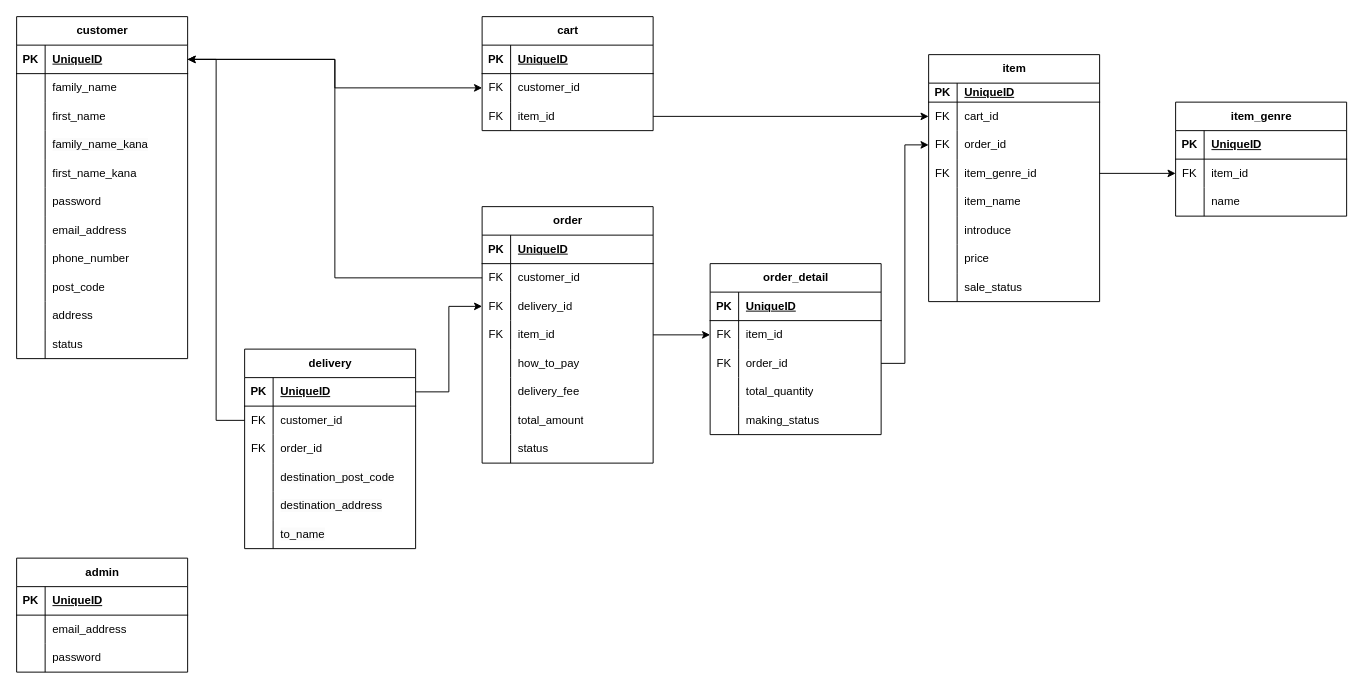
Before: 名称未設定ファイル.drawio in yuna096740/sample_app, a draw.io diagram. Source tidied: cells renumbered, new cells numbered last; positions are measured from the earlier drawing's top-left corner, leaving out a move shared by most shapes. Both pictures are drawn from the tidied source at 95%, with x=0, y=0 at pixel (16, 16).
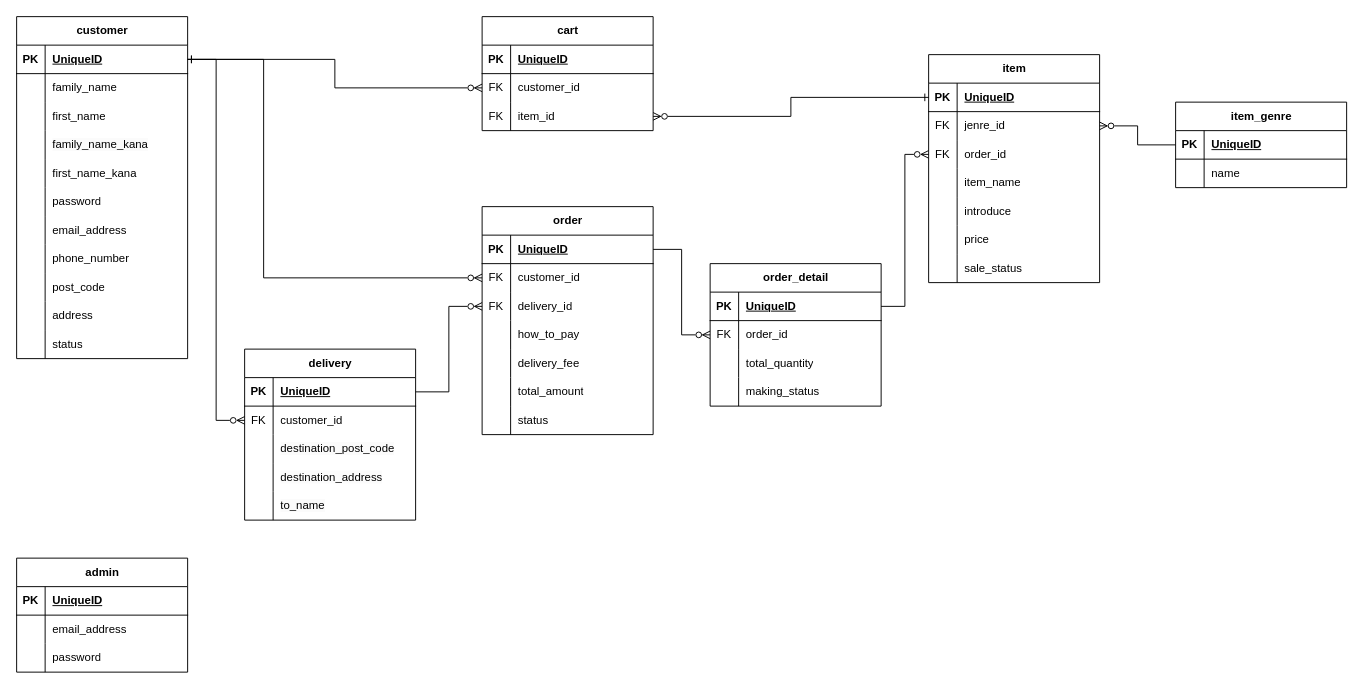
The same diagram, later.

Commit message (it also covers changes not shown here):
名称未設定ファイル.drawio を更新します

The change refers to these unchanged cells:
```xml
<mxCell id="3" style="shape=tableRow;horizontal=0;startSize=0;swimlaneHead=0;swimlaneBody=0;fillColor=none;points=[[0,0.5],[1,0.5]];portConstraint=eastwest;top=0;left=0;right=0;bottom=1;" parent="2" vertex="1">
  <mxGeometry y="30" width="180" height="30" as="geometry" />
</mxCell>
<mxCell id="37" style="shape=tableRow;horizontal=0;startSize=0;swimlaneHead=0;swimlaneBody=0;fillColor=none;points=[[0,0.5],[1,0.5]];portConstraint=eastwest;top=0;left=0;right=0;bottom=1;" parent="36" vertex="1">
  <mxGeometry y="30" width="180" height="30" as="geometry" />
</mxCell>
<mxCell id="40" style="shape=tableRow;horizontal=0;startSize=0;swimlaneHead=0;swimlaneBody=0;fillColor=none;points=[[0,0.5],[1,0.5]];portConstraint=eastwest;top=0;left=0;right=0;bottom=0;" parent="36" vertex="1">
  <mxGeometry y="60" width="180" height="30" as="geometry" />
</mxCell>
<mxCell id="59" style="shape=tableRow;horizontal=0;startSize=0;swimlaneHead=0;swimlaneBody=0;fillColor=none;points=[[0,0.5],[1,0.5]];portConstraint=eastwest;top=0;left=0;right=0;bottom=0;" parent="55" vertex="1">
  <mxGeometry y="60" width="180" height="30" as="geometry" />
</mxCell>
<mxCell id="62" style="shape=tableRow;horizontal=0;startSize=0;swimlaneHead=0;swimlaneBody=0;fillColor=none;points=[[0,0.5],[1,0.5]];portConstraint=eastwest;top=0;left=0;right=0;bottom=0;" parent="55" vertex="1">
  <mxGeometry y="90" width="180" height="30" as="geometry" />
</mxCell>
<mxCell id="91" style="shape=tableRow;horizontal=0;startSize=0;swimlaneHead=0;swimlaneBody=0;fillColor=none;points=[[0,0.5],[1,0.5]];portConstraint=eastwest;top=0;left=0;right=0;bottom=1;" parent="90" vertex="1">
  <mxGeometry y="30" width="180" height="30" as="geometry" />
</mxCell>
<mxCell id="94" style="shape=tableRow;horizontal=0;startSize=0;swimlaneHead=0;swimlaneBody=0;fillColor=none;points=[[0,0.5],[1,0.5]];portConstraint=eastwest;top=0;left=0;right=0;bottom=0;" parent="90" vertex="1">
  <mxGeometry y="60" width="180" height="30" as="geometry" />
</mxCell>
<mxCell id="97" style="shape=tableRow;horizontal=0;startSize=0;swimlaneHead=0;swimlaneBody=0;fillColor=none;points=[[0,0.5],[1,0.5]];portConstraint=eastwest;top=0;left=0;right=0;bottom=0;" parent="90" vertex="1">
  <mxGeometry y="90" width="180" height="30" as="geometry" />
</mxCell>
<mxCell id="116" style="shape=tableRow;horizontal=0;startSize=0;swimlaneHead=0;swimlaneBody=0;fillColor=none;points=[[0,0.5],[1,0.5]];portConstraint=eastwest;top=0;left=0;right=0;bottom=1;" parent="115" vertex="1">
  <mxGeometry y="30" width="180" height="30" as="geometry" />
</mxCell>
<mxCell id="139" style="shape=tableRow;horizontal=0;startSize=0;swimlaneHead=0;swimlaneBody=0;fillColor=none;points=[[0,0.5],[1,0.5]];portConstraint=eastwest;top=0;left=0;right=0;bottom=1;" parent="138" vertex="1">
  <mxGeometry y="30" width="180" height="30" as="geometry" />
</mxCell>
```

What changed in the source:
```diff
@@
     <mxCell id="36" value="delivery" style="shape=table;startSize=30;childLayout=tableLayout;rowLines=0;fontStyle=1;align=center;html=1;" parent="1" vertex="1">
-      <mxGeometry x="240" y="350" width="180" height="210" as="geometry" />
+      <mxGeometry x="240" y="350" width="180" height="180" as="geometry" />
     </mxCell>
@@
-    <mxCell id="43" style="shape=tableRow;horizontal=0;startSize=0;swimlaneHead=0;swimlaneBody=0;fillColor=none;top=0;left=0;right=0;bottom=0;" parent="36" vertex="1">
-      <mxGeometry y="90" width="180" height="30" as="geometry" />
-    </mxCell>
-    <mxCell id="44" value="FK" style="shape=partialRectangle;fillColor=none;top=0;left=0;bottom=0;right=0;overflow=hidden;whiteSpace=wrap;html=1;" parent="43" vertex="1">
-      <mxGeometry width="30" height="30" as="geometry" />
-    </mxCell>
-    <mxCell id="45" value="order_id" style="shape=partialRectangle;fillColor=none;top=0;left=0;bottom=0;right=0;align=left;spacingLeft=6;overflow=hidden;whiteSpace=wrap;html=1;" parent="43" vertex="1">
-      <mxGeometry x="30" width="150" height="30" as="geometry" />
-    </mxCell>
     <mxCell id="46" style="shape=tableRow;horizontal=0;startSize=0;swimlaneHead=0;swimlaneBody=0;fillColor=none;top=0;left=0;right=0;bottom=0;" parent="36" vertex="1">
-      <mxGeometry y="120" width="180" height="30" as="geometry" />
+      <mxGeometry y="90" width="180" height="30" as="geometry" />
     </mxCell>
@@
     <mxCell id="49" style="shape=tableRow;horizontal=0;startSize=0;swimlaneHead=0;swimlaneBody=0;fillColor=none;top=0;left=0;right=0;bottom=0;" parent="36" vertex="1">
-      <mxGeometry y="150" width="180" height="30" as="geometry" />
+      <mxGeometry y="120" width="180" height="30" as="geometry" />
     </mxCell>
@@
     <mxCell id="52" style="shape=tableRow;horizontal=0;startSize=0;swimlaneHead=0;swimlaneBody=0;fillColor=none;top=0;left=0;right=0;bottom=0;" parent="36" vertex="1">
-      <mxGeometry y="180" width="180" height="30" as="geometry" />
+      <mxGeometry y="150" width="180" height="30" as="geometry" />
     </mxCell>
@@
     <mxCell id="65" value="item" style="shape=table;startSize=30;childLayout=tableLayout;rowLines=0;fontStyle=1;align=center;html=1;" parent="1" vertex="1">
-      <mxGeometry x="960" y="40" width="180" height="260" as="geometry" />
+      <mxGeometry x="960" y="40" width="180" height="240" as="geometry" />
     </mxCell>
     <mxCell id="66" style="shape=tableRow;horizontal=0;startSize=0;swimlaneHead=0;swimlaneBody=0;fillColor=none;points=[[0,0.5],[1,0.5]];portConstraint=eastwest;top=0;left=0;right=0;bottom=1;" parent="65" vertex="1">
-      <mxGeometry y="30" width="180" height="20" as="geometry" />
+      <mxGeometry y="30" width="180" height="30" as="geometry" />
     </mxCell>
     <mxCell id="67" value="PK" style="shape=partialRectangle;fillColor=none;top=0;left=0;bottom=0;right=0;fontStyle=1;overflow=hidden;whiteSpace=wrap;html=1;" parent="66" vertex="1">
-      <mxGeometry width="30" height="20" as="geometry" />
+      <mxGeometry width="30" height="30" as="geometry" />
     </mxCell>
     <mxCell id="68" value="UniqueID" style="shape=partialRectangle;fillColor=none;top=0;left=0;bottom=0;right=0;align=left;spacingLeft=6;fontStyle=5;overflow=hidden;whiteSpace=wrap;html=1;" parent="66" vertex="1">
-      <mxGeometry x="30" width="150" height="20" as="geometry" />
+      <mxGeometry x="30" width="150" height="30" as="geometry" />
     </mxCell>
     <mxCell id="69" style="shape=tableRow;horizontal=0;startSize=0;swimlaneHead=0;swimlaneBody=0;fillColor=none;points=[[0,0.5],[1,0.5]];portConstraint=eastwest;top=0;left=0;right=0;bottom=0;" parent="65" vertex="1">
-      <mxGeometry y="50" width="180" height="30" as="geometry" />
+      <mxGeometry y="60" width="180" height="30" as="geometry" />
     </mxCell>
@@
-    <mxCell id="71" value="cart_id" style="shape=partialRectangle;fillColor=none;top=0;left=0;bottom=0;right=0;align=left;spacingLeft=6;overflow=hidden;whiteSpace=wrap;html=1;" parent="69" vertex="1">
+    <mxCell id="71" value="jenre_id" style="shape=partialRectangle;fillColor=none;top=0;left=0;bottom=0;right=0;align=left;spacingLeft=6;overflow=hidden;whiteSpace=wrap;html=1;" parent="69" vertex="1">
       <mxGeometry x="30" width="150" height="30" as="geometry" />
     </mxCell>
     <mxCell id="72" style="shape=tableRow;horizontal=0;startSize=0;swimlaneHead=0;swimlaneBody=0;fillColor=none;points=[[0,0.5],[1,0.5]];portConstraint=eastwest;top=0;left=0;right=0;bottom=0;" parent="65" vertex="1">
-      <mxGeometry y="80" width="180" height="30" as="geometry" />
+      <mxGeometry y="90" width="180" height="30" as="geometry" />
     </mxCell>
@@
-    <mxCell id="75" style="shape=tableRow;horizontal=0;startSize=0;swimlaneHead=0;swimlaneBody=0;fillColor=none;points=[[0,0.5],[1,0.5]];portConstraint=eastwest;top=0;left=0;right=0;bottom=0;" parent="65" vertex="1">
-      <mxGeometry y="110" width="180" height="30" as="geometry" />
-    </mxCell>
-    <mxCell id="76" value="FK" style="shape=partialRectangle;fillColor=none;top=0;left=0;bottom=0;right=0;overflow=hidden;whiteSpace=wrap;html=1;" parent="75" vertex="1">
-      <mxGeometry width="30" height="30" as="geometry" />
-    </mxCell>
-    <mxCell id="77" value="item_genre_id" style="shape=partialRectangle;fillColor=none;top=0;left=0;bottom=0;right=0;align=left;spacingLeft=6;overflow=hidden;whiteSpace=wrap;html=1;" parent="75" vertex="1">
-      <mxGeometry x="30" width="150" height="30" as="geometry" />
-    </mxCell>
     <mxCell id="78" style="shape=tableRow;horizontal=0;startSize=0;swimlaneHead=0;swimlaneBody=0;fillColor=none;top=0;left=0;right=0;bottom=0;" parent="65" vertex="1">
-      <mxGeometry y="140" width="180" height="30" as="geometry" />
+      <mxGeometry y="120" width="180" height="30" as="geometry" />
     </mxCell>
@@
     <mxCell id="81" style="shape=tableRow;horizontal=0;startSize=0;swimlaneHead=0;swimlaneBody=0;fillColor=none;top=0;left=0;right=0;bottom=0;" parent="65" vertex="1">
-      <mxGeometry y="170" width="180" height="30" as="geometry" />
+      <mxGeometry y="150" width="180" height="30" as="geometry" />
     </mxCell>
@@
     <mxCell id="84" style="shape=tableRow;horizontal=0;startSize=0;swimlaneHead=0;swimlaneBody=0;fillColor=none;top=0;left=0;right=0;bottom=0;" parent="65" vertex="1">
-      <mxGeometry y="200" width="180" height="30" as="geometry" />
+      <mxGeometry y="180" width="180" height="30" as="geometry" />
     </mxCell>
@@
     <mxCell id="87" style="shape=tableRow;horizontal=0;startSize=0;swimlaneHead=0;swimlaneBody=0;fillColor=none;top=0;left=0;right=0;bottom=0;" parent="65" vertex="1">
-      <mxGeometry y="230" width="180" height="30" as="geometry" />
+      <mxGeometry y="210" width="180" height="30" as="geometry" />
     </mxCell>
@@
     <mxCell id="90" value="order" style="shape=table;startSize=30;childLayout=tableLayout;rowLines=0;fontStyle=1;align=center;html=1;" parent="1" vertex="1">
-      <mxGeometry x="490" y="200" width="180" height="270" as="geometry" />
+      <mxGeometry x="490" y="200" width="180" height="240" as="geometry" />
     </mxCell>
@@
-    <mxCell id="100" style="shape=tableRow;horizontal=0;startSize=0;swimlaneHead=0;swimlaneBody=0;fillColor=none;points=[[0,0.5],[1,0.5]];portConstraint=eastwest;top=0;left=0;right=0;bottom=0;" parent="90" vertex="1">
-      <mxGeometry y="120" width="180" height="30" as="geometry" />
-    </mxCell>
-    <mxCell id="101" value="FK" style="shape=partialRectangle;fillColor=none;top=0;left=0;bottom=0;right=0;overflow=hidden;whiteSpace=wrap;html=1;" parent="100" vertex="1">
-      <mxGeometry width="30" height="30" as="geometry" />
-    </mxCell>
-    <mxCell id="102" value="item_id" style="shape=partialRectangle;fillColor=none;top=0;left=0;bottom=0;right=0;align=left;spacingLeft=6;overflow=hidden;whiteSpace=wrap;html=1;" parent="100" vertex="1">
-      <mxGeometry x="30" width="150" height="30" as="geometry" />
-    </mxCell>
     <mxCell id="103" style="shape=tableRow;horizontal=0;startSize=0;swimlaneHead=0;swimlaneBody=0;fillColor=none;top=0;left=0;right=0;bottom=0;" parent="90" vertex="1">
-      <mxGeometry y="150" width="180" height="30" as="geometry" />
+      <mxGeometry y="120" width="180" height="30" as="geometry" />
     </mxCell>
@@
     <mxCell id="106" style="shape=tableRow;horizontal=0;startSize=0;swimlaneHead=0;swimlaneBody=0;fillColor=none;top=0;left=0;right=0;bottom=0;" parent="90" vertex="1">
-      <mxGeometry y="180" width="180" height="30" as="geometry" />
+      <mxGeometry y="150" width="180" height="30" as="geometry" />
     </mxCell>
@@
     <mxCell id="109" style="shape=tableRow;horizontal=0;startSize=0;swimlaneHead=0;swimlaneBody=0;fillColor=none;top=0;left=0;right=0;bottom=0;" parent="90" vertex="1">
-      <mxGeometry y="210" width="180" height="30" as="geometry" />
+      <mxGeometry y="180" width="180" height="30" as="geometry" />
     </mxCell>
@@
     <mxCell id="112" style="shape=tableRow;horizontal=0;startSize=0;swimlaneHead=0;swimlaneBody=0;fillColor=none;top=0;left=0;right=0;bottom=0;" parent="90" vertex="1">
-      <mxGeometry y="240" width="180" height="30" as="geometry" />
+      <mxGeometry y="210" width="180" height="30" as="geometry" />
     </mxCell>
@@
     <mxCell id="115" value="item_genre" style="shape=table;startSize=30;childLayout=tableLayout;rowLines=0;fontStyle=1;align=center;html=1;" parent="1" vertex="1">
-      <mxGeometry x="1220" y="90" width="180" height="120" as="geometry" />
+      <mxGeometry x="1220" y="90" width="180" height="90" as="geometry" />
     </mxCell>
@@
-    <mxCell id="119" style="shape=tableRow;horizontal=0;startSize=0;swimlaneHead=0;swimlaneBody=0;fillColor=none;points=[[0,0.5],[1,0.5]];portConstraint=eastwest;top=0;left=0;right=0;bottom=0;" parent="115" vertex="1">
-      <mxGeometry y="60" width="180" height="30" as="geometry" />
-    </mxCell>
-    <mxCell id="120" value="FK" style="shape=partialRectangle;fillColor=none;top=0;left=0;bottom=0;right=0;overflow=hidden;whiteSpace=wrap;html=1;" parent="119" vertex="1">
-      <mxGeometry width="30" height="30" as="geometry" />
-    </mxCell>
-    <mxCell id="121" value="item_id" style="shape=partialRectangle;fillColor=none;top=0;left=0;bottom=0;right=0;align=left;spacingLeft=6;overflow=hidden;whiteSpace=wrap;html=1;" parent="119" vertex="1">
-      <mxGeometry x="30" width="150" height="30" as="geometry" />
-    </mxCell>
     <mxCell id="122" style="shape=tableRow;horizontal=0;startSize=0;swimlaneHead=0;swimlaneBody=0;fillColor=none;top=0;left=0;right=0;bottom=0;" parent="115" vertex="1">
-      <mxGeometry y="90" width="180" height="30" as="geometry" />
+      <mxGeometry y="60" width="180" height="30" as="geometry" />
     </mxCell>
@@
     <mxCell id="138" value="order_detail" style="shape=table;startSize=30;childLayout=tableLayout;rowLines=0;fontStyle=1;align=center;html=1;" parent="1" vertex="1">
-      <mxGeometry x="730" y="260" width="180" height="180" as="geometry" />
+      <mxGeometry x="730" y="260" width="180" height="150" as="geometry" />
     </mxCell>
@@
-    <mxCell id="142" style="shape=tableRow;horizontal=0;startSize=0;swimlaneHead=0;swimlaneBody=0;fillColor=none;points=[[0,0.5],[1,0.5]];portConstraint=eastwest;top=0;left=0;right=0;bottom=0;" parent="138" vertex="1">
-      <mxGeometry y="60" width="180" height="30" as="geometry" />
-    </mxCell>
-    <mxCell id="143" value="FK" style="shape=partialRectangle;fillColor=none;top=0;left=0;bottom=0;right=0;overflow=hidden;whiteSpace=wrap;html=1;" parent="142" vertex="1">
-      <mxGeometry width="30" height="30" as="geometry" />
-    </mxCell>
-    <mxCell id="144" value="item_id" style="shape=partialRectangle;fillColor=none;top=0;left=0;bottom=0;right=0;align=left;spacingLeft=6;overflow=hidden;whiteSpace=wrap;html=1;" parent="142" vertex="1">
-      <mxGeometry x="30" width="150" height="30" as="geometry" />
-    </mxCell>
     <mxCell id="145" style="shape=tableRow;horizontal=0;startSize=0;swimlaneHead=0;swimlaneBody=0;fillColor=none;points=[[0,0.5],[1,0.5]];portConstraint=eastwest;top=0;left=0;right=0;bottom=0;" parent="138" vertex="1">
-      <mxGeometry y="90" width="180" height="30" as="geometry" />
+      <mxGeometry y="60" width="180" height="30" as="geometry" />
     </mxCell>
@@
     <mxCell id="148" style="shape=tableRow;horizontal=0;startSize=0;swimlaneHead=0;swimlaneBody=0;fillColor=none;top=0;left=0;right=0;bottom=0;" parent="138" vertex="1">
-      <mxGeometry y="120" width="180" height="30" as="geometry" />
+      <mxGeometry y="90" width="180" height="30" as="geometry" />
     </mxCell>
@@
     <mxCell id="151" style="shape=tableRow;horizontal=0;startSize=0;swimlaneHead=0;swimlaneBody=0;fillColor=none;top=0;left=0;right=0;bottom=0;" parent="138" vertex="1">
-      <mxGeometry y="150" width="180" height="30" as="geometry" />
+      <mxGeometry y="120" width="180" height="30" as="geometry" />
     </mxCell>
@@
-    <mxCell id="154" style="edgeStyle=orthogonalEdgeStyle;rounded=0;jettySize=auto;html=1;exitX=1;exitY=0.5;exitDx=0;exitDy=0;entryX=0;entryY=0.5;entryDx=0;entryDy=0;" parent="1" edge="1" source="100" target="142">
+    <mxCell id="154" style="edgeStyle=orthogonalEdgeStyle;rounded=0;orthogonalLoop=1;jettySize=auto;html=1;exitX=1;exitY=0.5;exitDx=0;exitDy=0;entryX=0;entryY=0.5;entryDx=0;entryDy=0;" parent="1" edge="1">
       <mxGeometry relative="1" as="geometry" />
     </mxCell>
-    <mxCell id="155" style="edgeStyle=orthogonalEdgeStyle;rounded=0;jettySize=auto;html=1;entryX=0;entryY=0.5;entryDx=0;entryDy=0;" parent="1" edge="1" source="145" target="72">
-      <mxGeometry relative="1" as="geometry" />
-    </mxCell>
-    <mxCell id="156" style="edgeStyle=orthogonalEdgeStyle;rounded=0;jettySize=auto;html=1;exitX=1;exitY=0.5;exitDx=0;exitDy=0;entryX=0;entryY=0.5;entryDx=0;entryDy=0;" parent="1" edge="1" source="62" target="69">
-      <mxGeometry relative="1" as="geometry" />
-    </mxCell>
-    <mxCell id="157" style="edgeStyle=orthogonalEdgeStyle;rounded=0;jettySize=auto;html=1;exitX=1;exitY=0.5;exitDx=0;exitDy=0;entryX=0;entryY=0.5;entryDx=0;entryDy=0;" parent="1" edge="1" source="75" target="119">
-      <mxGeometry relative="1" as="geometry" />
-    </mxCell>
-    <mxCell id="158" style="edgeStyle=orthogonalEdgeStyle;rounded=0;jettySize=auto;html=1;exitX=1;exitY=0.5;exitDx=0;exitDy=0;entryX=0;entryY=0.5;entryDx=0;entryDy=0;" parent="1" edge="1" source="3" target="59">
+    <mxCell id="158" style="edgeStyle=orthogonalEdgeStyle;rounded=0;jettySize=auto;html=1;exitX=1;exitY=0.5;exitDx=0;exitDy=0;entryX=0;entryY=0.5;entryDx=0;entryDy=0;endArrow=ERzeroToMany;endFill=0;" parent="1" edge="1" source="3" target="59">
       <mxGeometry relative="1" as="geometry" />
     </mxCell>
-    <mxCell id="159" style="edgeStyle=orthogonalEdgeStyle;rounded=0;jettySize=auto;html=1;exitX=0;exitY=0.5;exitDx=0;exitDy=0;entryX=1;entryY=0.5;entryDx=0;entryDy=0;" parent="1" edge="1" source="40" target="3">
+    <mxCell id="159" style="edgeStyle=orthogonalEdgeStyle;rounded=0;jettySize=auto;html=1;exitX=0;exitY=0.5;exitDx=0;exitDy=0;entryX=1;entryY=0.5;entryDx=0;entryDy=0;endArrow=ERone;endFill=0;startArrow=ERzeroToMany;startFill=0;" parent="1" edge="1" source="40" target="3">
       <mxGeometry relative="1" as="geometry" />
     </mxCell>
-    <mxCell id="160" style="edgeStyle=orthogonalEdgeStyle;rounded=0;jettySize=auto;html=1;entryX=1;entryY=0.5;entryDx=0;entryDy=0;" parent="1" edge="1" source="94" target="3">
-      <mxGeometry relative="1" as="geometry" />
+    <mxCell id="160" style="edgeStyle=orthogonalEdgeStyle;rounded=0;jettySize=auto;html=1;entryX=1;entryY=0.5;entryDx=0;entryDy=0;endArrow=ERone;endFill=0;startArrow=ERzeroToMany;startFill=0;" parent="1" edge="1" source="94" target="3">
+      <mxGeometry relative="1" as="geometry">
+        <Array as="points">
+          <mxPoint x="260" y="275" />
+          <mxPoint x="260" y="45" />
+        </Array>
+      </mxGeometry>
     </mxCell>
-    <mxCell id="161" style="edgeStyle=orthogonalEdgeStyle;rounded=0;jettySize=auto;html=1;" parent="1" edge="1" source="37" target="97">
+    <mxCell id="161" style="edgeStyle=orthogonalEdgeStyle;rounded=0;jettySize=auto;html=1;endArrow=ERzeroToMany;endFill=0;" parent="1" edge="1" source="37" target="97">
       <mxGeometry relative="1" as="geometry" />
     </mxCell>
+    <mxCell id="162" style="edgeStyle=orthogonalEdgeStyle;rounded=0;jettySize=auto;html=1;entryX=0;entryY=0.5;entryDx=0;entryDy=0;endArrow=ERzeroToMany;endFill=0;" parent="1" edge="1" source="91" target="145">
+      <mxGeometry relative="1" as="geometry" />
+    </mxCell>
+    <mxCell id="163" style="edgeStyle=orthogonalEdgeStyle;rounded=0;jettySize=auto;html=1;endArrow=ERzeroToMany;endFill=0;" parent="1" edge="1" source="139" target="72">
+      <mxGeometry relative="1" as="geometry" />
+    </mxCell>
+    <mxCell id="164" style="edgeStyle=orthogonalEdgeStyle;rounded=0;jettySize=auto;html=1;entryX=1;entryY=0.5;entryDx=0;entryDy=0;endArrow=ERzeroToMany;endFill=0;" parent="1" edge="1" source="116" target="69">
+      <mxGeometry relative="1" as="geometry" />
+    </mxCell>
+    <mxCell id="165" style="edgeStyle=orthogonalEdgeStyle;rounded=0;jettySize=auto;html=1;entryX=1;entryY=0.5;entryDx=0;entryDy=0;startArrow=ERone;startFill=0;endArrow=ERzeroToMany;endFill=0;" parent="1" edge="1" source="66" target="62">
+      <mxGeometry relative="1" as="geometry" />
+    </mxCell>
```
